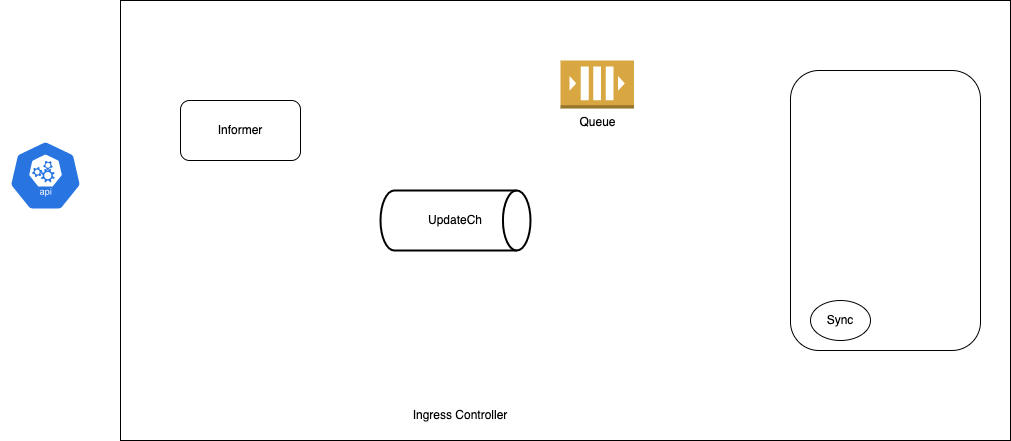
Before: diagrams/ingress-nginx-controller.png, a diagram exported from draw.io (kbsonlong/notes_statics). Source tidied: cells renumbered, new cells last; positions are measured from the earlier drawing's top-left corner, leaving out a move shared by most shapes.
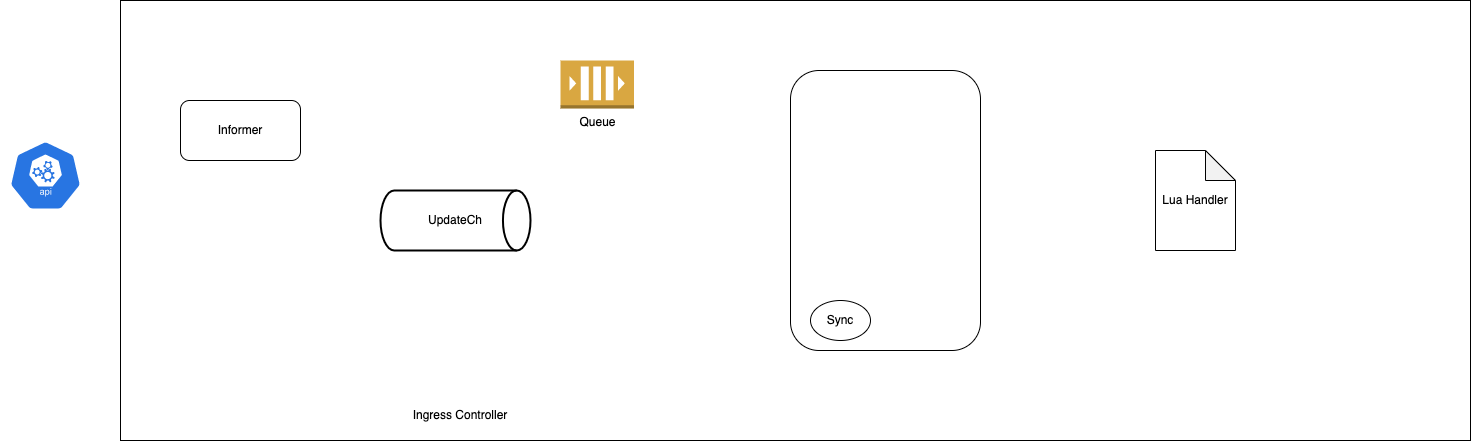
The same file after the commit.

Change to the diagram source:
```diff
@@ -3,7 +3,7 @@
     <mxCell id="0" />
     <mxCell id="1" parent="0" />
     <mxCell id="2" style="rounded=0;whiteSpace=wrap;html=1;" parent="1" vertex="1">
-      <mxGeometry x="120" width="890" height="440" as="geometry" />
+      <mxGeometry x="120" width="1350" height="440" as="geometry" />
     </mxCell>
     <mxCell id="3" style="sketch=0;html=1;dashed=0;whitespace=wrap;fillColor=#2875E2;strokeColor=#ffffff;shape=mxgraph.kubernetes.icon;prIcon=api;" parent="1" vertex="1">
       <mxGeometry y="140" width="90" height="70" as="geometry" />
@@ -26,5 +26,8 @@
     <mxCell id="9" value="Sync" style="ellipse;whiteSpace=wrap;html=1;" parent="1" vertex="1">
       <mxGeometry x="810" y="300" width="60" height="40" as="geometry" />
     </mxCell>
+    <mxCell id="10" value="Lua Handler" style="shape=note;whiteSpace=wrap;html=1;backgroundOutline=1;darkOpacity=0.05;" parent="1" vertex="1">
+      <mxGeometry x="1155" y="150" width="80" height="100" as="geometry" />
+    </mxCell>
   </root>
 </mxGraphModel>
```
